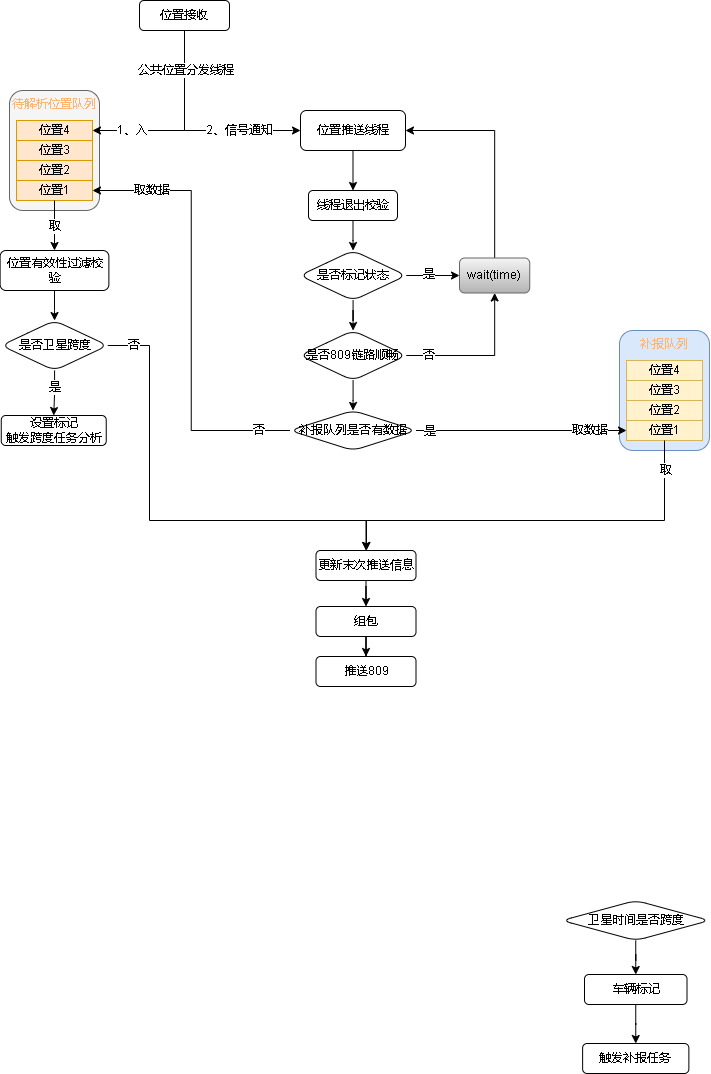
Before: 809数据跨度.drawio.png, a diagram exported from draw.io (xktder/draw). Source tidied: cells renumbered, new cells last; positions are measured from the earlier drawing's top-left corner, leaving out a move shared by most shapes. The source it was exported from:
```xml
<mxGraphModel>
  <root>
    <mxCell id="0" />
    <mxCell id="1" parent="0" />
    <mxCell id="2" style="edgeStyle=orthogonalEdgeStyle;rounded=0;jettySize=auto;html=1;fontColor=#000000;" parent="1" edge="1" source="4" target="30">
      <mxGeometry relative="1" as="geometry">
        <Array as="points">
          <mxPoint x="184" y="130" />
          <mxPoint x="292" y="130" />
        </Array>
      </mxGeometry>
    </mxCell>
    <mxCell id="3" value="2、信号通知" style="edgeLabel;html=1;align=center;verticalAlign=middle;fontColor=#000000;" parent="2" vertex="1">
      <mxGeometry x="0.66" relative="1" as="geometry">
        <mxPoint x="-25" as="offset" />
      </mxGeometry>
    </mxCell>
    <mxCell id="4" value="位置接收" style="rounded=1;whiteSpace=wrap;html=1;" parent="1" vertex="1">
      <mxGeometry x="139" width="90" height="30" as="geometry" />
    </mxCell>
    <mxCell id="5" style="edgeStyle=orthogonalEdgeStyle;rounded=0;jettySize=auto;html=1;" parent="1" edge="1" source="6" target="8">
      <mxGeometry relative="1" as="geometry" />
    </mxCell>
    <mxCell id="6" value="卫星时间是否跨度" style="rhombus;whiteSpace=wrap;html=1;rounded=1;" parent="1" vertex="1">
      <mxGeometry x="561.5" y="900" width="147.5" height="40" as="geometry" />
    </mxCell>
    <mxCell id="7" style="edgeStyle=orthogonalEdgeStyle;rounded=0;jettySize=auto;html=1;" parent="1" edge="1" source="8" target="9">
      <mxGeometry relative="1" as="geometry" />
    </mxCell>
    <mxCell id="8" value="车辆标记" style="whiteSpace=wrap;html=1;rounded=1;" parent="1" vertex="1">
      <mxGeometry x="584" y="974" width="102.5" height="30" as="geometry" />
    </mxCell>
    <mxCell id="9" value="触发补报任务" style="whiteSpace=wrap;html=1;rounded=1;" parent="1" vertex="1">
      <mxGeometry x="582.1" y="1043" width="106.2" height="30" as="geometry" />
    </mxCell>
    <mxCell id="10" style="group;" parent="1" vertex="1">
      <mxGeometry x="9" y="90" width="90" height="120" as="geometry" />
    </mxCell>
    <mxCell id="11" value="&lt;font color=&quot;#ffb570&quot;&gt;待解析位置队列&lt;/font&gt;" style="rounded=1;whiteSpace=wrap;html=1;verticalAlign=top;fillColor=#f5f5f5;fontColor=#333333;strokeColor=#666666;" parent="10" vertex="1">
      <mxGeometry width="90" height="120" as="geometry" />
    </mxCell>
    <mxCell id="12" value="&lt;font color=&quot;#000000&quot;&gt;位置4&lt;/font&gt;" style="rounded=0;whiteSpace=wrap;html=1;fillColor=#ffe6cc;strokeColor=#d79b00;" parent="10" vertex="1">
      <mxGeometry x="7" y="30" width="76" height="20" as="geometry" />
    </mxCell>
    <mxCell id="13" value="&lt;font color=&quot;#000000&quot;&gt;位置3&lt;/font&gt;" style="rounded=0;whiteSpace=wrap;html=1;fillColor=#ffe6cc;strokeColor=#d79b00;" parent="10" vertex="1">
      <mxGeometry x="7" y="50" width="76" height="20" as="geometry" />
    </mxCell>
    <mxCell id="14" value="&lt;font color=&quot;#000000&quot;&gt;位置2&lt;/font&gt;" style="rounded=0;whiteSpace=wrap;html=1;fillColor=#ffe6cc;strokeColor=#d79b00;" parent="10" vertex="1">
      <mxGeometry x="7" y="70" width="76" height="20" as="geometry" />
    </mxCell>
    <mxCell id="15" value="&lt;font color=&quot;#000000&quot;&gt;位置1&lt;/font&gt;" style="rounded=0;whiteSpace=wrap;html=1;fillColor=#ffe6cc;strokeColor=#d79b00;" parent="10" vertex="1">
      <mxGeometry x="7" y="90" width="76" height="20" as="geometry" />
    </mxCell>
    <mxCell id="16" style="group;" parent="1" vertex="1">
      <mxGeometry x="619" y="330" width="90" height="120" as="geometry" />
    </mxCell>
    <mxCell id="17" value="&lt;font color=&quot;#ffb570&quot;&gt;补报队列&lt;/font&gt;" style="rounded=1;whiteSpace=wrap;html=1;verticalAlign=top;fillColor=#dae8fc;strokeColor=#6c8ebf;" parent="16" vertex="1">
      <mxGeometry width="90" height="120" as="geometry" />
    </mxCell>
    <mxCell id="18" value="&lt;font color=&quot;#000000&quot;&gt;位置4&lt;/font&gt;" style="rounded=0;whiteSpace=wrap;html=1;fillColor=#fff2cc;strokeColor=#d6b656;" parent="16" vertex="1">
      <mxGeometry x="7" y="30" width="76" height="20" as="geometry" />
    </mxCell>
    <mxCell id="19" value="&lt;font color=&quot;#000000&quot;&gt;位置3&lt;/font&gt;" style="rounded=0;whiteSpace=wrap;html=1;fillColor=#fff2cc;strokeColor=#d6b656;" parent="16" vertex="1">
      <mxGeometry x="7" y="50" width="76" height="20" as="geometry" />
    </mxCell>
    <mxCell id="20" value="&lt;font color=&quot;#000000&quot;&gt;位置2&lt;/font&gt;" style="rounded=0;whiteSpace=wrap;html=1;fillColor=#fff2cc;strokeColor=#d6b656;" parent="16" vertex="1">
      <mxGeometry x="7" y="70" width="76" height="20" as="geometry" />
    </mxCell>
    <mxCell id="21" value="&lt;font color=&quot;#000000&quot;&gt;位置1&lt;/font&gt;" style="rounded=0;whiteSpace=wrap;html=1;fillColor=#fff2cc;strokeColor=#d6b656;" parent="16" vertex="1">
      <mxGeometry x="7" y="90" width="76" height="20" as="geometry" />
    </mxCell>
    <mxCell id="22" style="edgeStyle=orthogonalEdgeStyle;rounded=0;jettySize=auto;html=1;entryX=1;entryY=0.5;entryDx=0;entryDy=0;fontColor=#000000;exitX=0.5;exitY=1;exitDx=0;exitDy=0;" parent="1" edge="1" source="4" target="12">
      <mxGeometry relative="1" as="geometry" />
    </mxCell>
    <mxCell id="23" value="1、入" style="edgeLabel;html=1;align=center;verticalAlign=middle;fontColor=#000000;" parent="22" vertex="1">
      <mxGeometry x="0.48" y="1" relative="1" as="geometry">
        <mxPoint x="-11" y="-1" as="offset" />
      </mxGeometry>
    </mxCell>
    <mxCell id="24" value="公共位置分发线程" style="edgeLabel;html=1;align=center;verticalAlign=middle;fontColor=#000000;" parent="22" vertex="1">
      <mxGeometry x="-0.69" y="1" relative="1" as="geometry">
        <mxPoint y="10" as="offset" />
      </mxGeometry>
    </mxCell>
    <mxCell id="25" style="edgeStyle=orthogonalEdgeStyle;rounded=0;jettySize=auto;html=1;exitX=0.5;exitY=1;exitDx=0;exitDy=0;fontColor=#000000;" parent="1" edge="1" source="15" target="28">
      <mxGeometry relative="1" as="geometry" />
    </mxCell>
    <mxCell id="26" value="取" style="edgeLabel;html=1;align=center;verticalAlign=middle;fontColor=#000000;" parent="25" vertex="1">
      <mxGeometry x="-0.24" relative="1" as="geometry">
        <mxPoint y="6" as="offset" />
      </mxGeometry>
    </mxCell>
    <mxCell id="27" style="edgeStyle=orthogonalEdgeStyle;rounded=0;jettySize=auto;html=1;fontColor=#000000;" parent="1" edge="1" source="28" target="57">
      <mxGeometry relative="1" as="geometry" />
    </mxCell>
    <mxCell id="28" value="位置有效性过滤校验" style="rounded=1;whiteSpace=wrap;html=1;fontFamily=Helvetica;fontSize=12;fontColor=default;align=center;strokeColor=default;fillColor=default;" parent="1" vertex="1">
      <mxGeometry x="-0.4" y="250" width="108.8" height="40" as="geometry" />
    </mxCell>
    <mxCell id="29" style="edgeStyle=orthogonalEdgeStyle;rounded=0;jettySize=auto;html=1;entryX=0.5;entryY=0;entryDx=0;entryDy=0;fontColor=#000000;" parent="1" edge="1" source="30" target="38">
      <mxGeometry relative="1" as="geometry" />
    </mxCell>
    <mxCell id="30" value="位置推送线程" style="rounded=1;whiteSpace=wrap;html=1;fontColor=#000000;" parent="1" vertex="1">
      <mxGeometry x="300" y="110" width="105" height="40" as="geometry" />
    </mxCell>
    <mxCell id="31" style="edgeStyle=orthogonalEdgeStyle;rounded=0;jettySize=auto;html=1;fontColor=#000000;" parent="1" edge="1" source="34" target="36">
      <mxGeometry relative="1" as="geometry" />
    </mxCell>
    <mxCell id="32" value="是" style="edgeLabel;html=1;align=center;verticalAlign=middle;fontColor=#000000;" parent="31" vertex="1">
      <mxGeometry x="-0.19" y="1" relative="1" as="geometry" />
    </mxCell>
    <mxCell id="33" style="edgeStyle=orthogonalEdgeStyle;rounded=0;jettySize=auto;html=1;fontColor=#000000;" parent="1" edge="1" source="34" target="45">
      <mxGeometry relative="1" as="geometry" />
    </mxCell>
    <mxCell id="34" value="是否标记状态" style="rhombus;whiteSpace=wrap;html=1;fontColor=#000000;rounded=1;" parent="1" vertex="1">
      <mxGeometry x="299.2" y="250" width="106.5" height="50" as="geometry" />
    </mxCell>
    <mxCell id="35" style="edgeStyle=orthogonalEdgeStyle;rounded=0;jettySize=auto;html=1;entryX=1;entryY=0.5;entryDx=0;entryDy=0;fontColor=#000000;" parent="1" edge="1" source="36" target="30">
      <mxGeometry relative="1" as="geometry">
        <Array as="points">
          <mxPoint x="494" y="130" />
        </Array>
      </mxGeometry>
    </mxCell>
    <mxCell id="36" value="wait(time)" style="whiteSpace=wrap;html=1;rounded=1;fillColor=#f5f5f5;gradientColor=#b3b3b3;strokeColor=#666666;" parent="1" vertex="1">
      <mxGeometry x="459" y="257.5" width="70.2" height="35" as="geometry" />
    </mxCell>
    <mxCell id="37" style="edgeStyle=orthogonalEdgeStyle;rounded=0;jettySize=auto;html=1;fontColor=#000000;" parent="1" edge="1" source="38" target="34">
      <mxGeometry relative="1" as="geometry" />
    </mxCell>
    <mxCell id="38" value="线程退出校验" style="rounded=1;whiteSpace=wrap;html=1;fontFamily=Helvetica;fontSize=12;fontColor=#000000;align=center;strokeColor=default;fillColor=default;" parent="1" vertex="1">
      <mxGeometry x="308" y="190" width="89" height="30" as="geometry" />
    </mxCell>
    <mxCell id="39" style="edgeStyle=orthogonalEdgeStyle;rounded=0;jettySize=auto;html=1;fontColor=#000000;" parent="1" edge="1" source="45" target="36">
      <mxGeometry relative="1" as="geometry" />
    </mxCell>
    <mxCell id="40" value="否" style="edgeLabel;html=1;align=center;verticalAlign=middle;fontColor=#000000;" parent="39" vertex="1">
      <mxGeometry x="-0.77" y="-3" relative="1" as="geometry">
        <mxPoint x="4" y="-3" as="offset" />
      </mxGeometry>
    </mxCell>
    <mxCell id="41" style="edgeStyle=orthogonalEdgeStyle;rounded=0;jettySize=auto;html=1;entryX=1;entryY=0.5;entryDx=0;entryDy=0;fontColor=#000000;exitX=0;exitY=0.5;exitDx=0;exitDy=0;" parent="1" edge="1" source="49" target="15">
      <mxGeometry relative="1" as="geometry" />
    </mxCell>
    <mxCell id="42" value="取数据" style="edgeLabel;html=1;align=center;verticalAlign=middle;fontColor=#000000;" parent="41" vertex="1">
      <mxGeometry x="0.65" y="-1" relative="1" as="geometry">
        <mxPoint x="-18" y="1" as="offset" />
      </mxGeometry>
    </mxCell>
    <mxCell id="43" value="否" style="edgeLabel;html=1;align=center;verticalAlign=middle;fontColor=#000000;" parent="41" vertex="1">
      <mxGeometry x="-0.86" y="1" relative="1" as="geometry">
        <mxPoint y="-1" as="offset" />
      </mxGeometry>
    </mxCell>
    <mxCell id="44" style="edgeStyle=orthogonalEdgeStyle;rounded=0;jettySize=auto;html=1;fontColor=#000000;" parent="1" edge="1" source="45" target="49">
      <mxGeometry relative="1" as="geometry" />
    </mxCell>
    <mxCell id="45" value="是否809链路顺畅" style="rhombus;whiteSpace=wrap;html=1;fontColor=#000000;rounded=1;" parent="1" vertex="1">
      <mxGeometry x="299.2" y="330" width="106.5" height="50" as="geometry" />
    </mxCell>
    <mxCell id="46" style="edgeStyle=orthogonalEdgeStyle;rounded=0;jettySize=auto;html=1;fontColor=#000000;" parent="1" edge="1" source="49" target="21">
      <mxGeometry relative="1" as="geometry" />
    </mxCell>
    <mxCell id="47" value="是" style="edgeLabel;html=1;align=center;verticalAlign=middle;fontColor=#000000;" parent="46" vertex="1">
      <mxGeometry x="-0.72" y="-1" relative="1" as="geometry">
        <mxPoint x="-16" as="offset" />
      </mxGeometry>
    </mxCell>
    <mxCell id="48" value="取数据" style="edgeLabel;html=1;align=center;verticalAlign=middle;fontColor=#000000;" parent="46" vertex="1">
      <mxGeometry x="0.65" relative="1" as="geometry" />
    </mxCell>
    <mxCell id="49" value="补报队列是否有数据" style="rhombus;whiteSpace=wrap;html=1;fontColor=#000000;rounded=1;" parent="1" vertex="1">
      <mxGeometry x="289.5" y="410" width="126" height="40" as="geometry" />
    </mxCell>
    <mxCell id="50" style="edgeStyle=orthogonalEdgeStyle;rounded=0;jettySize=auto;html=1;exitX=0.5;exitY=1;exitDx=0;exitDy=0;fontColor=#000000;entryX=0.5;entryY=0;entryDx=0;entryDy=0;" parent="1" edge="1" source="21" target="59">
      <mxGeometry relative="1" as="geometry">
        <Array as="points">
          <mxPoint x="664" y="520" />
          <mxPoint x="366" y="520" />
        </Array>
      </mxGeometry>
    </mxCell>
    <mxCell id="51" value="取" style="edgeLabel;html=1;align=center;verticalAlign=middle;fontColor=#000000;" parent="50" vertex="1">
      <mxGeometry x="-0.21" y="1" relative="1" as="geometry">
        <mxPoint x="81" y="-51" as="offset" />
      </mxGeometry>
    </mxCell>
    <mxCell id="52" value="推送809" style="rounded=1;whiteSpace=wrap;html=1;fontColor=#000000;" parent="1" vertex="1">
      <mxGeometry x="315.5" y="656" width="100" height="30" as="geometry" />
    </mxCell>
    <mxCell id="53" style="edgeStyle=orthogonalEdgeStyle;rounded=0;jettySize=auto;html=1;fontColor=#000000;entryX=0.5;entryY=0;entryDx=0;entryDy=0;" parent="1" edge="1" source="57" target="62">
      <mxGeometry relative="1" as="geometry" />
    </mxCell>
    <mxCell id="54" value="是" style="edgeLabel;html=1;align=center;verticalAlign=middle;fontColor=#000000;" parent="53" vertex="1">
      <mxGeometry x="-0.26" y="-1" relative="1" as="geometry" />
    </mxCell>
    <mxCell id="55" style="edgeStyle=orthogonalEdgeStyle;rounded=0;jettySize=auto;html=1;fontColor=#000000;" parent="1" edge="1" source="57" target="59">
      <mxGeometry relative="1" as="geometry">
        <Array as="points">
          <mxPoint x="149" y="345" />
          <mxPoint x="149" y="520" />
          <mxPoint x="366" y="520" />
        </Array>
      </mxGeometry>
    </mxCell>
    <mxCell id="56" value="否" style="edgeLabel;html=1;align=center;verticalAlign=middle;fontColor=#000000;" parent="55" vertex="1">
      <mxGeometry x="-0.85" y="1" relative="1" as="geometry">
        <mxPoint x="-9" y="1" as="offset" />
      </mxGeometry>
    </mxCell>
    <mxCell id="57" value="是否卫星跨度" style="rhombus;whiteSpace=wrap;html=1;fontColor=#000000;rounded=1;" parent="1" vertex="1">
      <mxGeometry x="0.8" y="320" width="106.5" height="50" as="geometry" />
    </mxCell>
    <mxCell id="58" style="edgeStyle=orthogonalEdgeStyle;rounded=0;jettySize=auto;html=1;fontColor=#000000;" parent="1" edge="1" source="59" target="61">
      <mxGeometry relative="1" as="geometry" />
    </mxCell>
    <mxCell id="59" value="更新末次推送信息" style="rounded=1;whiteSpace=wrap;html=1;fontColor=#000000;" parent="1" vertex="1">
      <mxGeometry x="315.5" y="550" width="100" height="30" as="geometry" />
    </mxCell>
    <mxCell id="60" style="edgeStyle=orthogonalEdgeStyle;rounded=0;jettySize=auto;html=1;fontColor=#000000;" parent="1" edge="1" source="61" target="52">
      <mxGeometry relative="1" as="geometry" />
    </mxCell>
    <mxCell id="61" value="组包" style="rounded=1;whiteSpace=wrap;html=1;fontColor=#000000;" parent="1" vertex="1">
      <mxGeometry x="315.5" y="606" width="100" height="30" as="geometry" />
    </mxCell>
    <mxCell id="62" value="设置标记&lt;br&gt;触发跨度任务分析" style="rounded=1;whiteSpace=wrap;html=1;fontColor=#000000;" parent="1" vertex="1">
      <mxGeometry x="0.8" y="415" width="105" height="30" as="geometry" />
    </mxCell>
  </root>
</mxGraphModel>
```
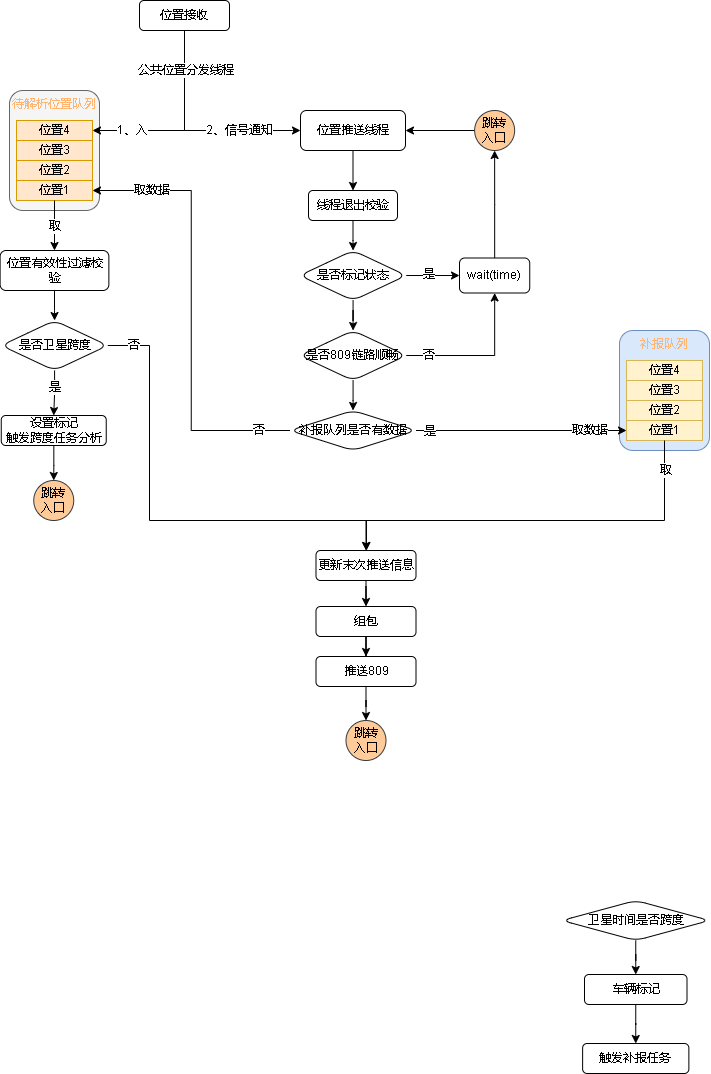
After the change.

Commit message:
更新809数据跨度.drawio.png

What changed in the source:
```diff
@@ -114,14 +114,10 @@
     <mxCell id="34" value="是否标记状态" style="rhombus;whiteSpace=wrap;html=1;fontColor=#000000;rounded=1;" parent="1" vertex="1">
       <mxGeometry x="299.2" y="250" width="106.5" height="50" as="geometry" />
     </mxCell>
-    <mxCell id="35" style="edgeStyle=orthogonalEdgeStyle;rounded=0;jettySize=auto;html=1;entryX=1;entryY=0.5;entryDx=0;entryDy=0;fontColor=#000000;" parent="1" edge="1" source="36" target="30">
-      <mxGeometry relative="1" as="geometry">
-        <Array as="points">
-          <mxPoint x="494" y="130" />
-        </Array>
-      </mxGeometry>
-    </mxCell>
+    <mxCell id="63" style="edgeStyle=orthogonalEdgeStyle;rounded=0;jettySize=auto;html=1;entryX=0.5;entryY=1;entryDx=0;entryDy=0;fontColor=#000000;" parent="1" edge="1" source="36" target="67">
+      <mxGeometry relative="1" as="geometry" />
+    </mxCell>
-    <mxCell id="36" value="wait(time)" style="whiteSpace=wrap;html=1;rounded=1;fillColor=#f5f5f5;gradientColor=#b3b3b3;strokeColor=#666666;" parent="1" vertex="1">
+    <mxCell id="36" value="wait(time)" style="whiteSpace=wrap;html=1;rounded=1;" parent="1" vertex="1">
       <mxGeometry x="459" y="257.5" width="70.2" height="35" as="geometry" />
     </mxCell>
     <mxCell id="37" style="edgeStyle=orthogonalEdgeStyle;rounded=0;jettySize=auto;html=1;fontColor=#000000;" parent="1" edge="1" source="38" target="34">
@@ -184,6 +180,9 @@
         <mxPoint x="81" y="-51" as="offset" />
       </mxGeometry>
     </mxCell>
+    <mxCell id="64" style="edgeStyle=orthogonalEdgeStyle;rounded=0;jettySize=auto;html=1;fontColor=#000000;" parent="1" edge="1" source="52" target="69">
+      <mxGeometry relative="1" as="geometry" />
+    </mxCell>
     <mxCell id="52" value="推送809" style="rounded=1;whiteSpace=wrap;html=1;fontColor=#000000;" parent="1" vertex="1">
       <mxGeometry x="315.5" y="656" width="100" height="30" as="geometry" />
     </mxCell>
@@ -222,8 +221,23 @@
     <mxCell id="61" value="组包" style="rounded=1;whiteSpace=wrap;html=1;fontColor=#000000;" parent="1" vertex="1">
       <mxGeometry x="315.5" y="606" width="100" height="30" as="geometry" />
     </mxCell>
+    <mxCell id="65" style="edgeStyle=orthogonalEdgeStyle;rounded=0;jettySize=auto;html=1;fontColor=#000000;" parent="1" edge="1" source="62" target="68">
+      <mxGeometry relative="1" as="geometry" />
+    </mxCell>
     <mxCell id="62" value="设置标记&lt;br&gt;触发跨度任务分析" style="rounded=1;whiteSpace=wrap;html=1;fontColor=#000000;" parent="1" vertex="1">
       <mxGeometry x="0.8" y="415" width="105" height="30" as="geometry" />
     </mxCell>
+    <mxCell id="66" style="edgeStyle=orthogonalEdgeStyle;rounded=0;jettySize=auto;html=1;entryX=1;entryY=0.5;entryDx=0;entryDy=0;fontColor=#000000;" parent="1" edge="1" source="67" target="30">
+      <mxGeometry relative="1" as="geometry" />
+    </mxCell>
+    <mxCell id="67" value="跳转&lt;br&gt;入口" style="ellipse;whiteSpace=wrap;html=1;fillColor=#ffcc99;strokeColor=#36393d;" parent="1" vertex="1">
+      <mxGeometry x="474.1" y="110" width="40" height="40" as="geometry" />
+    </mxCell>
+    <mxCell id="68" value="跳转&lt;br&gt;入口" style="ellipse;whiteSpace=wrap;html=1;fillColor=#ffcc99;strokeColor=#36393d;" parent="1" vertex="1">
+      <mxGeometry x="33.2" y="480" width="40" height="40" as="geometry" />
+    </mxCell>
+    <mxCell id="69" value="跳转&lt;br&gt;入口" style="ellipse;whiteSpace=wrap;html=1;fillColor=#ffcc99;strokeColor=#36393d;" parent="1" vertex="1">
+      <mxGeometry x="345.5" y="720" width="40" height="40" as="geometry" />
+    </mxCell>
   </root>
 </mxGraphModel>
```
